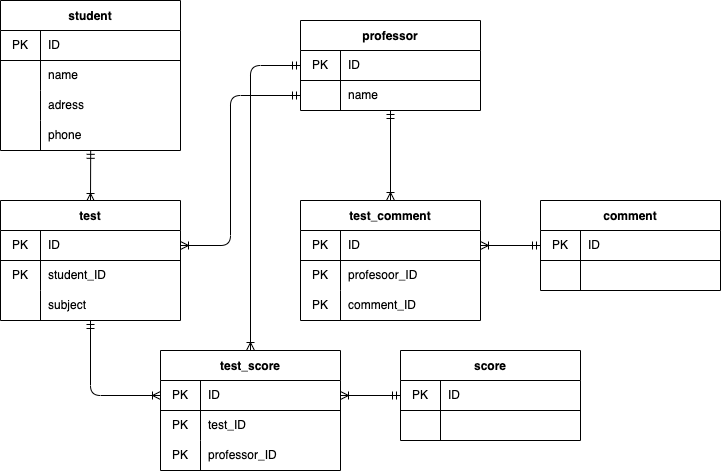
This is exercice.drawio.png from diaaa0219/drawio_exercice8, a draw.io export, as it was before one commit. Source tidied: cells renumbered, new cells last; positions are measured from the earlier drawing's top-left corner, leaving out a move shared by most shapes.
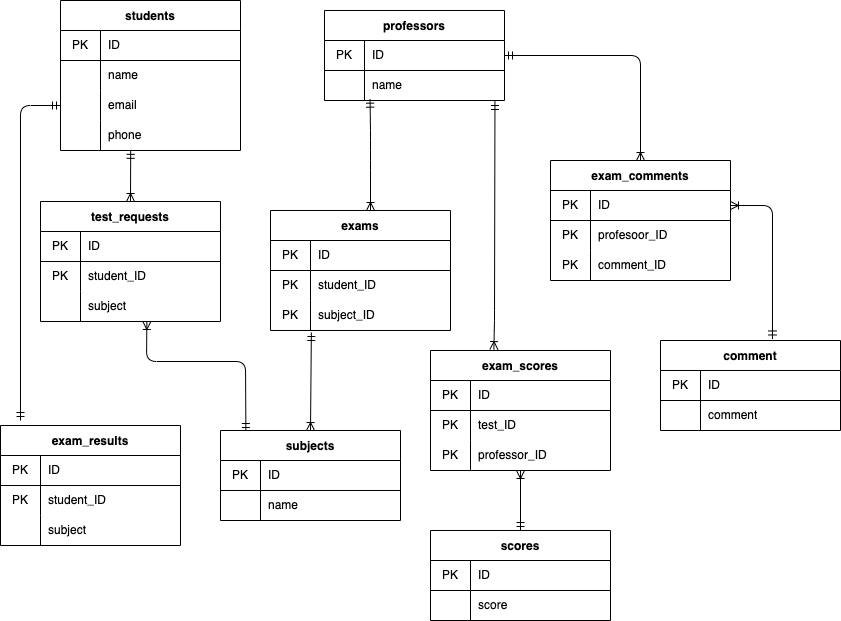
The same file after the commit.

What changed in the source:
```diff
@@ -2,8 +2,8 @@
   <root>
     <mxCell id="0" />
     <mxCell id="1" parent="0" />
-    <mxCell id="2" value="student" style="shape=table;startSize=30;rowLines=0;fontStyle=1;align=center;" parent="1" vertex="1">
-      <mxGeometry width="180" height="150" as="geometry" />
+    <mxCell id="2" value="students" style="shape=table;startSize=30;rowLines=0;fontStyle=1;align=center;" parent="1" vertex="1">
+      <mxGeometry x="20" width="180" height="150" as="geometry" />
     </mxCell>
     <mxCell id="3" style="shape=partialRectangle;html=1;whiteSpace=wrap;fillColor=none;top=0;left=0;bottom=1;right=0;" parent="2" vertex="1">
       <mxGeometry y="30" width="180" height="30" as="geometry" />
@@ -29,7 +29,7 @@
     <mxCell id="10" style="shape=partialRectangle;html=1;whiteSpace=wrap;fillColor=none;top=0;left=0;bottom=0;right=0;overflow=hidden;" parent="9" vertex="1">
       <mxGeometry width="40" height="30" as="geometry" />
     </mxCell>
-    <mxCell id="11" value="adress" style="shape=partialRectangle;html=1;whiteSpace=wrap;fillColor=none;top=0;left=0;bottom=0;right=0;align=left;spacingLeft=6;overflow=hidden;" parent="9" vertex="1">
+    <mxCell id="11" value="email" style="shape=partialRectangle;html=1;whiteSpace=wrap;fillColor=none;top=0;left=0;bottom=0;right=0;align=left;spacingLeft=6;overflow=hidden;" parent="9" vertex="1">
       <mxGeometry x="40" width="140" height="30" as="geometry" />
     </mxCell>
     <mxCell id="12" style="shape=partialRectangle;html=1;whiteSpace=wrap;fillColor=none;top=0;left=0;bottom=0;right=0;" parent="2" vertex="1">
@@ -47,8 +47,8 @@
         <mxPoint x="90.2" y="149.8" as="targetPoint" />
       </mxGeometry>
     </mxCell>
-    <mxCell id="16" value="test" style="shape=table;startSize=30;rowLines=0;fontStyle=1;align=center;" parent="1" vertex="1">
-      <mxGeometry y="200" width="180" height="120" as="geometry" />
+    <mxCell id="16" value="exams" style="shape=table;startSize=30;rowLines=0;fontStyle=1;align=center;" parent="1" vertex="1">
+      <mxGeometry x="230" y="210" width="180" height="120" as="geometry" />
     </mxCell>
     <mxCell id="17" style="shape=partialRectangle;html=1;whiteSpace=wrap;fillColor=none;top=0;left=0;bottom=1;right=0;points=[[0,0.5],[1,0.5]];portConstraint=eastwest;" parent="16" vertex="1">
       <mxGeometry y="30" width="180" height="30" as="geometry" />
@@ -71,14 +71,14 @@
     <mxCell id="23" style="shape=partialRectangle;html=1;whiteSpace=wrap;fillColor=none;top=0;left=0;bottom=0;right=0;points=[[0,0.5],[1,0.5]];portConstraint=eastwest;" parent="16" vertex="1">
       <mxGeometry y="90" width="180" height="30" as="geometry" />
     </mxCell>
-    <mxCell id="24" style="shape=partialRectangle;html=1;whiteSpace=wrap;fillColor=none;top=0;left=0;bottom=0;right=0;overflow=hidden;" parent="23" vertex="1">
+    <mxCell id="24" value="PK" style="shape=partialRectangle;html=1;whiteSpace=wrap;fillColor=none;top=0;left=0;bottom=0;right=0;overflow=hidden;" parent="23" vertex="1">
       <mxGeometry width="40" height="30" as="geometry" />
     </mxCell>
-    <mxCell id="25" value="subject" style="shape=partialRectangle;html=1;whiteSpace=wrap;fillColor=none;top=0;left=0;bottom=0;right=0;align=left;spacingLeft=6;overflow=hidden;" parent="23" vertex="1">
+    <mxCell id="25" value="subject_ID" style="shape=partialRectangle;html=1;whiteSpace=wrap;fillColor=none;top=0;left=0;bottom=0;right=0;align=left;spacingLeft=6;overflow=hidden;" parent="23" vertex="1">
       <mxGeometry x="40" width="140" height="30" as="geometry" />
     </mxCell>
-    <mxCell id="26" value="professor" style="shape=table;startSize=30;rowLines=0;fontStyle=1;align=center;" parent="1" vertex="1">
-      <mxGeometry x="300" y="20" width="180" height="90" as="geometry" />
+    <mxCell id="26" value="professors" style="shape=table;startSize=30;rowLines=0;fontStyle=1;align=center;" parent="1" vertex="1">
+      <mxGeometry x="284" y="10" width="180" height="90" as="geometry" />
     </mxCell>
     <mxCell id="27" style="shape=partialRectangle;html=1;whiteSpace=wrap;fillColor=none;top=0;left=0;bottom=1;right=0;points=[[0,0.5],[1,0.5]];portConstraint=eastwest;" parent="26" vertex="1">
       <mxGeometry y="30" width="180" height="30" as="geometry" />
@@ -98,8 +98,8 @@
     <mxCell id="32" value="name" style="shape=partialRectangle;html=1;whiteSpace=wrap;fillColor=none;top=0;left=0;bottom=0;right=0;align=left;spacingLeft=6;overflow=hidden;" parent="30" vertex="1">
       <mxGeometry x="40" width="140" height="30" as="geometry" />
     </mxCell>
-    <mxCell id="33" value="test_score" style="shape=table;startSize=30;rowLines=0;fontStyle=1;align=center;" parent="1" vertex="1">
-      <mxGeometry x="160" y="350" width="180" height="120" as="geometry" />
+    <mxCell id="33" value="exam_scores" style="shape=table;startSize=30;rowLines=0;fontStyle=1;align=center;" parent="1" vertex="1">
+      <mxGeometry x="390" y="350" width="180" height="120" as="geometry" />
     </mxCell>
     <mxCell id="34" style="shape=partialRectangle;html=1;whiteSpace=wrap;fillColor=none;top=0;left=0;bottom=1;right=0;points=[[0,0.5],[1,0.5]];portConstraint=eastwest;" parent="33" vertex="1">
       <mxGeometry y="30" width="180" height="30" as="geometry" />
@@ -128,11 +128,15 @@
     <mxCell id="42" value="professor_ID" style="shape=partialRectangle;html=1;whiteSpace=wrap;fillColor=none;top=0;left=0;bottom=0;right=0;align=left;spacingLeft=6;overflow=hidden;" parent="40" vertex="1">
       <mxGeometry x="40" width="140" height="30" as="geometry" />
     </mxCell>
-    <mxCell id="43" style="edgeStyle=none;html=1;exitX=0.5;exitY=0;exitDx=0;exitDy=0;entryX=0.5;entryY=1;entryDx=0;entryDy=0;startArrow=ERoneToMany;startFill=0;endArrow=ERmandOne;endFill=0;" parent="1" edge="1" source="44" target="26">
-      <mxGeometry relative="1" as="geometry" />
+    <mxCell id="43" style="edgeStyle=none;html=1;exitX=0.5;exitY=0;exitDx=0;exitDy=0;entryX=1;entryY=0.5;entryDx=0;entryDy=0;startArrow=ERoneToMany;startFill=0;endArrow=ERmandOne;endFill=0;" parent="1" edge="1" source="44" target="27">
+      <mxGeometry relative="1" as="geometry">
+        <Array as="points">
+          <mxPoint x="600" y="55" />
+        </Array>
+      </mxGeometry>
     </mxCell>
-    <mxCell id="44" value="test_comment" style="shape=table;startSize=30;rowLines=0;fontStyle=1;align=center;" parent="1" vertex="1">
-      <mxGeometry x="300" y="200" width="180" height="120" as="geometry" />
+    <mxCell id="44" value="exam_comments" style="shape=table;startSize=30;rowLines=0;fontStyle=1;align=center;" parent="1" vertex="1">
+      <mxGeometry x="510" y="160" width="180" height="120" as="geometry" />
     </mxCell>
     <mxCell id="45" style="shape=partialRectangle;html=1;whiteSpace=wrap;fillColor=none;top=0;left=0;bottom=1;right=0;points=[[0,0.5],[1,0.5]];portConstraint=eastwest;" parent="44" vertex="1">
       <mxGeometry y="30" width="180" height="30" as="geometry" />
@@ -161,31 +165,35 @@
     <mxCell id="53" value="comment_ID" style="shape=partialRectangle;html=1;whiteSpace=wrap;fillColor=none;top=0;left=0;bottom=0;right=0;align=left;spacingLeft=6;overflow=hidden;" parent="51" vertex="1">
       <mxGeometry x="40" width="140" height="30" as="geometry" />
     </mxCell>
-    <mxCell id="54" style="edgeStyle=none;html=1;exitX=0;exitY=0.5;exitDx=0;exitDy=0;entryX=0.5;entryY=0;entryDx=0;entryDy=0;startArrow=ERmandOne;startFill=0;endArrow=ERoneToMany;endFill=0;" parent="1" edge="1" source="27" target="33">
+    <mxCell id="54" style="edgeStyle=none;html=1;entryX=0.352;entryY=-0.008;entryDx=0;entryDy=0;startArrow=ERmandOne;startFill=0;endArrow=ERoneToMany;endFill=0;exitX=0.947;exitY=1.033;exitDx=0;exitDy=0;exitPerimeter=0;entryPerimeter=0;" parent="1" edge="1" source="30" target="33">
       <mxGeometry relative="1" as="geometry">
         <Array as="points">
-          <mxPoint x="250" y="65" />
+          <mxPoint x="454" y="320" />
         </Array>
       </mxGeometry>
     </mxCell>
-    <mxCell id="55" style="edgeStyle=none;html=1;exitX=1;exitY=0.5;exitDx=0;exitDy=0;entryX=0;entryY=0.5;entryDx=0;entryDy=0;startArrow=ERoneToMany;startFill=0;endArrow=ERmandOne;endFill=0;" parent="1" edge="1" source="17" target="30">
+    <mxCell id="55" style="edgeStyle=none;html=1;entryX=0.253;entryY=0.956;entryDx=0;entryDy=0;startArrow=ERoneToMany;startFill=0;endArrow=ERmandOne;endFill=0;entryPerimeter=0;" parent="1" edge="1">
       <mxGeometry relative="1" as="geometry">
+        <mxPoint x="330" y="210" as="sourcePoint" />
+        <mxPoint x="329.5" y="98.7" as="targetPoint" />
         <Array as="points">
-          <mxPoint x="230" y="245" />
-          <mxPoint x="230" y="95" />
+          <mxPoint x="330" y="160" />
+          <mxPoint x="330" y="130" />
         </Array>
       </mxGeometry>
     </mxCell>
-    <mxCell id="56" style="edgeStyle=none;html=1;exitX=0;exitY=0.5;exitDx=0;exitDy=0;startArrow=ERoneToMany;startFill=0;endArrow=ERmandOne;endFill=0;" parent="1" edge="1" source="34">
+    <mxCell id="56" style="edgeStyle=none;html=1;exitX=0.141;exitY=0;exitDx=0;exitDy=0;startArrow=ERmandOne;startFill=0;endArrow=ERoneToMany;endFill=0;entryX=0.591;entryY=0.967;entryDx=0;entryDy=0;entryPerimeter=0;exitPerimeter=0;" parent="1" edge="1">
       <mxGeometry relative="1" as="geometry">
-        <mxPoint x="90" y="320" as="targetPoint" />
+        <mxPoint x="205.4" y="431" as="sourcePoint" />
+        <mxPoint x="106.4" y="321" as="targetPoint" />
         <Array as="points">
-          <mxPoint x="90" y="395" />
+          <mxPoint x="205" y="361" />
+          <mxPoint x="106" y="361" />
         </Array>
       </mxGeometry>
     </mxCell>
-    <mxCell id="57" value="score" style="shape=table;startSize=30;rowLines=0;fontStyle=1;align=center;" parent="1" vertex="1">
-      <mxGeometry x="400" y="350" width="180" height="90" as="geometry" />
+    <mxCell id="57" value="scores" style="shape=table;startSize=30;rowLines=0;fontStyle=1;align=center;" parent="1" vertex="1">
+      <mxGeometry x="390" y="530" width="180" height="90" as="geometry" />
     </mxCell>
     <mxCell id="58" style="shape=partialRectangle;html=1;whiteSpace=wrap;fillColor=none;top=0;left=0;bottom=1;right=0;points=[[0,0.5],[1,0.5]];portConstraint=eastwest;" parent="57" vertex="1">
       <mxGeometry y="30" width="180" height="30" as="geometry" />
@@ -202,14 +210,16 @@
     <mxCell id="62" style="shape=partialRectangle;html=1;whiteSpace=wrap;fillColor=none;top=0;left=0;bottom=0;right=0;overflow=hidden;" parent="61" vertex="1">
       <mxGeometry width="40" height="30" as="geometry" />
     </mxCell>
-    <mxCell id="63" style="shape=partialRectangle;html=1;whiteSpace=wrap;fillColor=none;top=0;left=0;bottom=0;right=0;align=left;spacingLeft=6;overflow=hidden;" parent="61" vertex="1">
+    <mxCell id="63" value="score" style="shape=partialRectangle;html=1;whiteSpace=wrap;fillColor=none;top=0;left=0;bottom=0;right=0;align=left;spacingLeft=6;overflow=hidden;" parent="61" vertex="1">
       <mxGeometry x="40" width="140" height="30" as="geometry" />
     </mxCell>
-    <mxCell id="64" style="edgeStyle=none;html=1;exitX=1;exitY=0.5;exitDx=0;exitDy=0;entryX=0;entryY=0.5;entryDx=0;entryDy=0;startArrow=ERoneToMany;startFill=0;endArrow=ERmandOne;endFill=0;" parent="1" edge="1" source="34" target="58">
-      <mxGeometry relative="1" as="geometry" />
+    <mxCell id="64" style="edgeStyle=none;html=1;entryX=0.5;entryY=0;entryDx=0;entryDy=0;startArrow=ERoneToMany;startFill=0;endArrow=ERmandOne;endFill=0;" parent="1" edge="1" target="57">
+      <mxGeometry relative="1" as="geometry">
+        <mxPoint x="480" y="470" as="sourcePoint" />
+      </mxGeometry>
     </mxCell>
     <mxCell id="65" value="comment" style="shape=table;startSize=30;rowLines=0;fontStyle=1;align=center;" parent="1" vertex="1">
-      <mxGeometry x="540" y="200" width="180" height="90" as="geometry" />
+      <mxGeometry x="620" y="340" width="180" height="90" as="geometry" />
     </mxCell>
     <mxCell id="66" style="shape=partialRectangle;html=1;whiteSpace=wrap;fillColor=none;top=0;left=0;bottom=1;right=0;points=[[0,0.5],[1,0.5]];portConstraint=eastwest;" parent="65" vertex="1">
       <mxGeometry y="30" width="180" height="30" as="geometry" />
@@ -226,11 +236,107 @@
     <mxCell id="70" style="shape=partialRectangle;html=1;whiteSpace=wrap;fillColor=none;top=0;left=0;bottom=0;right=0;overflow=hidden;" parent="69" vertex="1">
       <mxGeometry width="40" height="30" as="geometry" />
     </mxCell>
-    <mxCell id="71" style="shape=partialRectangle;html=1;whiteSpace=wrap;fillColor=none;top=0;left=0;bottom=0;right=0;align=left;spacingLeft=6;overflow=hidden;" parent="69" vertex="1">
+    <mxCell id="71" value="comment" style="shape=partialRectangle;html=1;whiteSpace=wrap;fillColor=none;top=0;left=0;bottom=0;right=0;align=left;spacingLeft=6;overflow=hidden;" parent="69" vertex="1">
       <mxGeometry x="40" width="140" height="30" as="geometry" />
     </mxCell>
-    <mxCell id="72" style="edgeStyle=none;html=1;exitX=1;exitY=0.5;exitDx=0;exitDy=0;entryX=0;entryY=0.5;entryDx=0;entryDy=0;startArrow=ERoneToMany;startFill=0;endArrow=ERmandOne;endFill=0;" parent="1" edge="1" source="45" target="66">
-      <mxGeometry relative="1" as="geometry" />
+    <mxCell id="72" style="edgeStyle=none;html=1;exitX=1;exitY=0.5;exitDx=0;exitDy=0;entryX=0.622;entryY=-0.017;entryDx=0;entryDy=0;startArrow=ERoneToMany;startFill=0;endArrow=ERmandOne;endFill=0;entryPerimeter=0;" parent="1" edge="1" source="45" target="65">
+      <mxGeometry relative="1" as="geometry">
+        <Array as="points">
+          <mxPoint x="732" y="205" />
+        </Array>
+      </mxGeometry>
     </mxCell>
+    <mxCell id="73" value="test_requests" style="shape=table;startSize=30;rowLines=0;fontStyle=1;align=center;" parent="1" vertex="1">
+      <mxGeometry y="201" width="180" height="120" as="geometry" />
+    </mxCell>
+    <mxCell id="74" style="shape=partialRectangle;html=1;whiteSpace=wrap;fillColor=none;top=0;left=0;bottom=1;right=0;" parent="73" vertex="1">
+      <mxGeometry y="30" width="180" height="30" as="geometry" />
+    </mxCell>
+    <mxCell id="75" value="PK" style="shape=partialRectangle;html=1;whiteSpace=wrap;fillColor=none;top=0;left=0;bottom=0;right=0;overflow=hidden;" parent="74" vertex="1">
+      <mxGeometry width="40" height="30" as="geometry" />
+    </mxCell>
+    <mxCell id="76" value="ID" style="shape=partialRectangle;html=1;whiteSpace=wrap;fillColor=none;top=0;left=0;bottom=0;right=0;align=left;spacingLeft=6;overflow=hidden;" parent="74" vertex="1">
+      <mxGeometry x="40" width="140" height="30" as="geometry" />
+    </mxCell>
+    <mxCell id="77" style="shape=partialRectangle;html=1;whiteSpace=wrap;fillColor=none;top=0;left=0;bottom=0;right=0;" parent="73" vertex="1">
+      <mxGeometry y="60" width="180" height="30" as="geometry" />
+    </mxCell>
+    <mxCell id="78" value="PK" style="shape=partialRectangle;html=1;whiteSpace=wrap;fillColor=none;top=0;left=0;bottom=0;right=0;overflow=hidden;" parent="77" vertex="1">
+      <mxGeometry width="40" height="30" as="geometry" />
+    </mxCell>
+    <mxCell id="79" value="student_ID" style="shape=partialRectangle;html=1;whiteSpace=wrap;fillColor=none;top=0;left=0;bottom=0;right=0;align=left;spacingLeft=6;overflow=hidden;" parent="77" vertex="1">
+      <mxGeometry x="40" width="140" height="30" as="geometry" />
+    </mxCell>
+    <mxCell id="80" style="shape=partialRectangle;html=1;whiteSpace=wrap;fillColor=none;top=0;left=0;bottom=0;right=0;" parent="73" vertex="1">
+      <mxGeometry y="90" width="180" height="30" as="geometry" />
+    </mxCell>
+    <mxCell id="81" style="shape=partialRectangle;html=1;whiteSpace=wrap;fillColor=none;top=0;left=0;bottom=0;right=0;overflow=hidden;" parent="80" vertex="1">
+      <mxGeometry width="40" height="30" as="geometry" />
+    </mxCell>
+    <mxCell id="82" value="subject" style="shape=partialRectangle;html=1;whiteSpace=wrap;fillColor=none;top=0;left=0;bottom=0;right=0;align=left;spacingLeft=6;overflow=hidden;" parent="80" vertex="1">
+      <mxGeometry x="40" width="140" height="30" as="geometry" />
+    </mxCell>
+    <mxCell id="83" style="edgeStyle=none;html=1;exitX=0.5;exitY=0;exitDx=0;exitDy=0;entryX=0.227;entryY=1.067;entryDx=0;entryDy=0;entryPerimeter=0;startArrow=ERoneToMany;startFill=0;endArrow=ERmandOne;endFill=0;" parent="1" edge="1" source="84" target="23">
+      <mxGeometry relative="1" as="geometry" />
+    </mxCell>
+    <mxCell id="84" value="subjects" style="shape=table;startSize=30;rowLines=0;fontStyle=1;align=center;" parent="1" vertex="1">
+      <mxGeometry x="180" y="430" width="180" height="90" as="geometry" />
+    </mxCell>
+    <mxCell id="85" style="shape=partialRectangle;html=1;whiteSpace=wrap;fillColor=none;top=0;left=0;bottom=1;right=0;" parent="84" vertex="1">
+      <mxGeometry y="30" width="180" height="30" as="geometry" />
+    </mxCell>
+    <mxCell id="86" value="PK" style="shape=partialRectangle;html=1;whiteSpace=wrap;fillColor=none;top=0;left=0;bottom=0;right=0;overflow=hidden;" parent="85" vertex="1">
+      <mxGeometry width="40" height="30" as="geometry" />
+    </mxCell>
+    <mxCell id="87" value="ID" style="shape=partialRectangle;html=1;whiteSpace=wrap;fillColor=none;top=0;left=0;bottom=0;right=0;align=left;spacingLeft=6;overflow=hidden;" parent="85" vertex="1">
+      <mxGeometry x="40" width="140" height="30" as="geometry" />
+    </mxCell>
+    <mxCell id="88" style="shape=partialRectangle;html=1;whiteSpace=wrap;fillColor=none;top=0;left=0;bottom=0;right=0;" parent="84" vertex="1">
+      <mxGeometry y="60" width="180" height="30" as="geometry" />
+    </mxCell>
+    <mxCell id="89" style="shape=partialRectangle;html=1;whiteSpace=wrap;fillColor=none;top=0;left=0;bottom=0;right=0;overflow=hidden;" parent="88" vertex="1">
+      <mxGeometry width="40" height="30" as="geometry" />
+    </mxCell>
+    <mxCell id="90" value="name" style="shape=partialRectangle;html=1;whiteSpace=wrap;fillColor=none;top=0;left=0;bottom=0;right=0;align=left;spacingLeft=6;overflow=hidden;" parent="88" vertex="1">
+      <mxGeometry x="40" width="140" height="30" as="geometry" />
+    </mxCell>
+    <mxCell id="91" style="edgeStyle=none;html=1;entryX=0;entryY=0.5;entryDx=0;entryDy=0;startArrow=ERmandOne;startFill=0;endArrow=ERmandOne;endFill=0;" parent="1" edge="1" target="9">
+      <mxGeometry relative="1" as="geometry">
+        <mxPoint x="-20" y="420" as="sourcePoint" />
+        <Array as="points">
+          <mxPoint x="-20" y="105" />
+        </Array>
+      </mxGeometry>
+    </mxCell>
+    <mxCell id="92" value="exam_results" style="shape=table;startSize=30;rowLines=0;fontStyle=1;align=center;" parent="1" vertex="1">
+      <mxGeometry x="-40" y="425" width="180" height="120" as="geometry" />
+    </mxCell>
+    <mxCell id="93" style="shape=partialRectangle;html=1;whiteSpace=wrap;fillColor=none;top=0;left=0;bottom=1;right=0;" parent="92" vertex="1">
+      <mxGeometry y="30" width="180" height="30" as="geometry" />
+    </mxCell>
+    <mxCell id="94" value="PK" style="shape=partialRectangle;html=1;whiteSpace=wrap;fillColor=none;top=0;left=0;bottom=0;right=0;overflow=hidden;" parent="93" vertex="1">
+      <mxGeometry width="40" height="30" as="geometry" />
+    </mxCell>
+    <mxCell id="95" value="ID" style="shape=partialRectangle;html=1;whiteSpace=wrap;fillColor=none;top=0;left=0;bottom=0;right=0;align=left;spacingLeft=6;overflow=hidden;" parent="93" vertex="1">
+      <mxGeometry x="40" width="140" height="30" as="geometry" />
+    </mxCell>
+    <mxCell id="96" style="shape=partialRectangle;html=1;whiteSpace=wrap;fillColor=none;top=0;left=0;bottom=0;right=0;" parent="92" vertex="1">
+      <mxGeometry y="60" width="180" height="30" as="geometry" />
+    </mxCell>
+    <mxCell id="97" value="PK" style="shape=partialRectangle;html=1;whiteSpace=wrap;fillColor=none;top=0;left=0;bottom=0;right=0;overflow=hidden;" parent="96" vertex="1">
+      <mxGeometry width="40" height="30" as="geometry" />
+    </mxCell>
+    <mxCell id="98" value="student_ID" style="shape=partialRectangle;html=1;whiteSpace=wrap;fillColor=none;top=0;left=0;bottom=0;right=0;align=left;spacingLeft=6;overflow=hidden;" parent="96" vertex="1">
+      <mxGeometry x="40" width="140" height="30" as="geometry" />
+    </mxCell>
+    <mxCell id="99" style="shape=partialRectangle;html=1;whiteSpace=wrap;fillColor=none;top=0;left=0;bottom=0;right=0;" parent="92" vertex="1">
+      <mxGeometry y="90" width="180" height="30" as="geometry" />
+    </mxCell>
+    <mxCell id="100" style="shape=partialRectangle;html=1;whiteSpace=wrap;fillColor=none;top=0;left=0;bottom=0;right=0;overflow=hidden;" parent="99" vertex="1">
+      <mxGeometry width="40" height="30" as="geometry" />
+    </mxCell>
+    <mxCell id="101" value="subject" style="shape=partialRectangle;html=1;whiteSpace=wrap;fillColor=none;top=0;left=0;bottom=0;right=0;align=left;spacingLeft=6;overflow=hidden;" parent="99" vertex="1">
+      <mxGeometry x="40" width="140" height="30" as="geometry" />
+    </mxCell>
   </root>
 </mxGraphModel>
```
